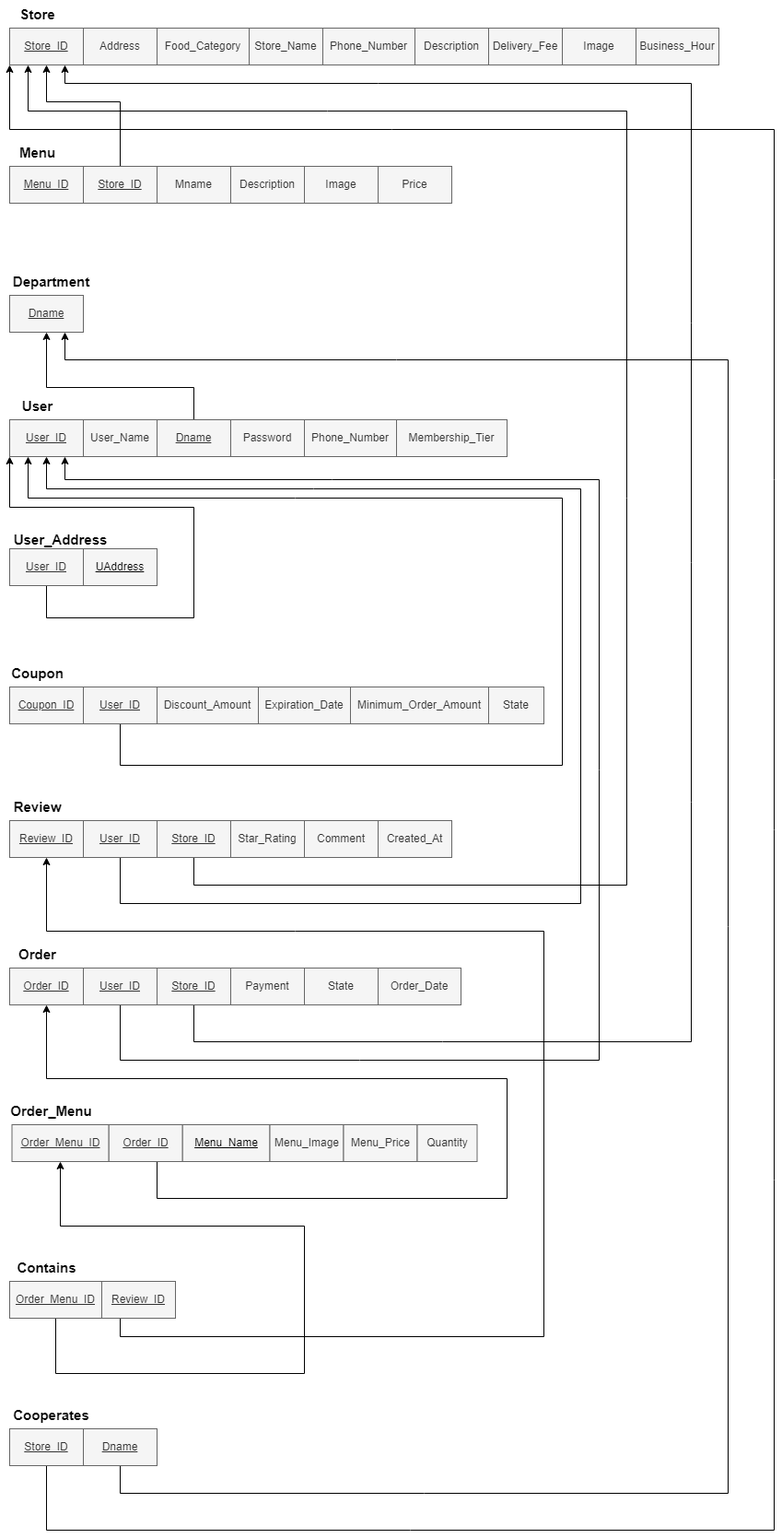
Before: docs/diagrams/relational-model/relational-model.png, a diagram exported from draw.io (scv1702/delivery-king-hobanwoo). Source tidied: cells renumbered, new cells last; positions are measured from the earlier drawing's top-left corner, leaving out a move shared by most shapes.
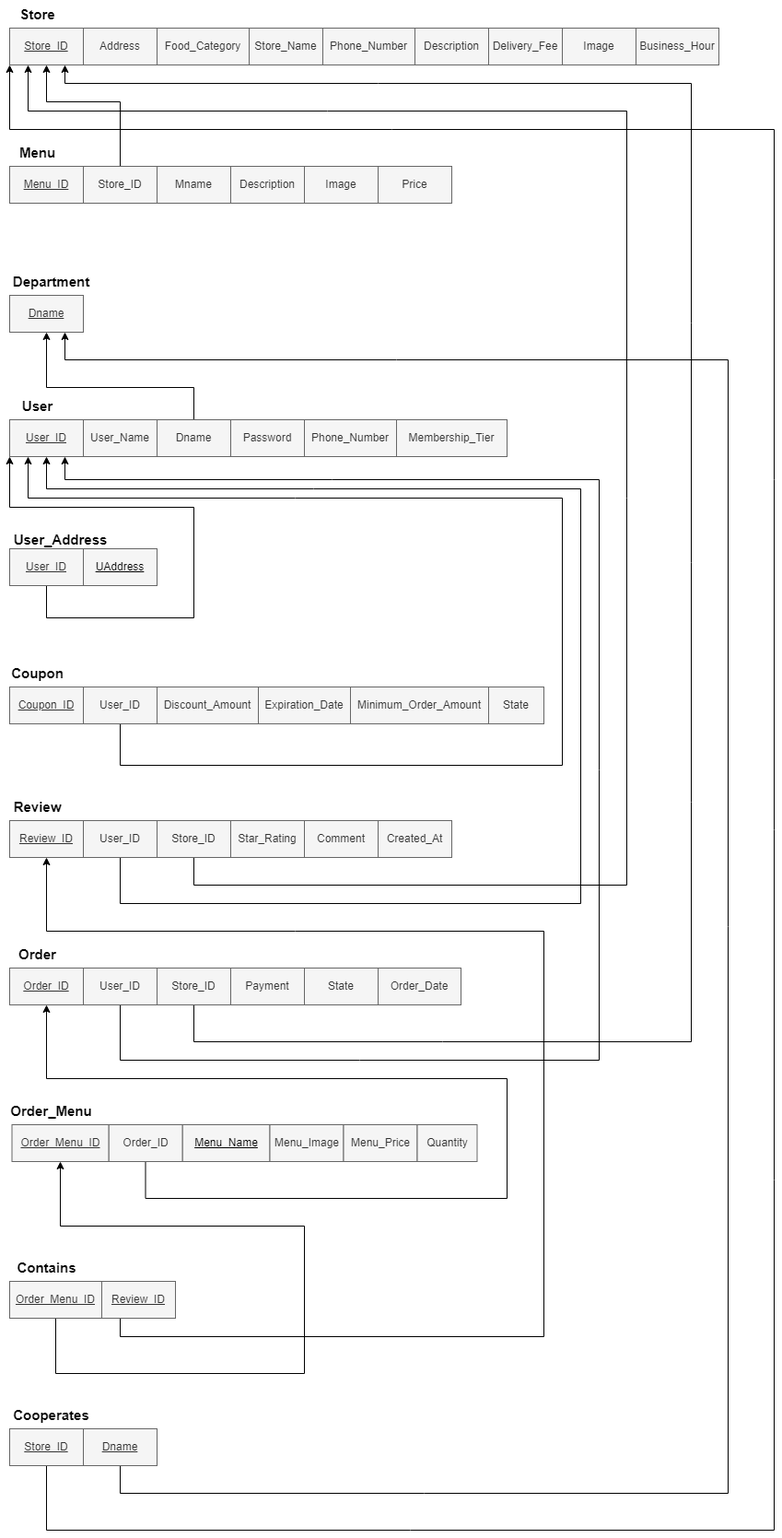
Later version of the same file.

Diff of the diagram source:
```diff
@@ -131,15 +131,14 @@
     <mxCell id="44" style="edgeStyle=orthogonalEdgeStyle;rounded=0;jettySize=auto;html=1;fontSize=15;fontColor=#000000;entryX=0.5;entryY=1;entryDx=0;entryDy=0;exitX=0.5;exitY=1;exitDx=0;exitDy=0;" parent="1" edge="1" source="45" target="35">
       <mxGeometry relative="1" as="geometry">
         <Array as="points">
-          <mxPoint x="170" y="1260" />
-          <mxPoint x="170" y="1300" />
+          <mxPoint x="158" y="1300" />
           <mxPoint x="550" y="1300" />
           <mxPoint x="550" y="1170" />
           <mxPoint x="50" y="1170" />
         </Array>
       </mxGeometry>
     </mxCell>
-    <mxCell id="45" value="&lt;u&gt;Order_ID&lt;/u&gt;" style="rounded=0;whiteSpace=wrap;html=1;fillColor=#f5f5f5;fontColor=#333333;strokeColor=#666666;" parent="1" vertex="1">
+    <mxCell id="45" value="Order_ID" style="rounded=0;whiteSpace=wrap;html=1;fillColor=#f5f5f5;fontColor=#333333;strokeColor=#666666;" parent="1" vertex="1">
       <mxGeometry x="117.5" y="1220" width="80" height="40" as="geometry" />
     </mxCell>
     <mxCell id="46" style="edgeStyle=orthogonalEdgeStyle;rounded=0;jettySize=auto;html=1;fontSize=15;fontColor=#000000;entryX=0.25;entryY=1;entryDx=0;entryDy=0;" parent="1" edge="1" source="47" target="11">
@@ -152,7 +151,7 @@
         </Array>
       </mxGeometry>
     </mxCell>
-    <mxCell id="47" value="&lt;u&gt;User_ID&lt;/u&gt;" style="rounded=0;whiteSpace=wrap;html=1;fillColor=#f5f5f5;fontColor=#333333;strokeColor=#666666;" parent="1" vertex="1">
+    <mxCell id="47" value="User_ID" style="rounded=0;whiteSpace=wrap;html=1;fillColor=#f5f5f5;fontColor=#333333;strokeColor=#666666;" parent="1" vertex="1">
       <mxGeometry x="90" y="745" width="80" height="40" as="geometry" />
     </mxCell>
     <mxCell id="48" value="User_Address" style="text;html=1;align=center;verticalAlign=middle;strokeColor=none;fillColor=none;fontStyle=1;fontSize=15;" parent="1" vertex="1">
@@ -181,7 +180,7 @@
         </Array>
       </mxGeometry>
     </mxCell>
-    <mxCell id="52" value="&lt;u&gt;User_ID&lt;/u&gt;" style="rounded=0;whiteSpace=wrap;html=1;fillColor=#f5f5f5;fontColor=#333333;strokeColor=#666666;" parent="1" vertex="1">
+    <mxCell id="52" value="User_ID" style="rounded=0;whiteSpace=wrap;html=1;fillColor=#f5f5f5;fontColor=#333333;strokeColor=#666666;" parent="1" vertex="1">
       <mxGeometry x="90" y="890" width="80" height="40" as="geometry" />
     </mxCell>
     <mxCell id="53" style="edgeStyle=orthogonalEdgeStyle;rounded=0;jettySize=auto;html=1;fontSize=15;fontColor=#000000;entryX=0.75;entryY=1;entryDx=0;entryDy=0;" parent="1" edge="1" source="54" target="11">
@@ -194,7 +193,7 @@
         </Array>
       </mxGeometry>
     </mxCell>
-    <mxCell id="54" value="&lt;u&gt;User_ID&lt;/u&gt;" style="rounded=0;whiteSpace=wrap;html=1;fillColor=#f5f5f5;fontColor=#333333;strokeColor=#666666;" parent="1" vertex="1">
+    <mxCell id="54" value="User_ID" style="rounded=0;whiteSpace=wrap;html=1;fillColor=#f5f5f5;fontColor=#333333;strokeColor=#666666;" parent="1" vertex="1">
       <mxGeometry x="90" y="1050" width="80" height="40" as="geometry" />
     </mxCell>
     <mxCell id="55" value="Order_Date" style="rounded=0;whiteSpace=wrap;html=1;fillColor=#f5f5f5;fontColor=#333333;strokeColor=#666666;" parent="1" vertex="1">
@@ -210,7 +209,7 @@
         </Array>
       </mxGeometry>
     </mxCell>
-    <mxCell id="57" value="&lt;u&gt;Store_ID&lt;/u&gt;" style="rounded=0;whiteSpace=wrap;html=1;fillColor=#f5f5f5;fontColor=#333333;strokeColor=#666666;" parent="1" vertex="1">
+    <mxCell id="57" value="Store_ID" style="rounded=0;whiteSpace=wrap;html=1;fillColor=#f5f5f5;fontColor=#333333;strokeColor=#666666;" parent="1" vertex="1">
       <mxGeometry x="170" y="1050" width="80" height="40" as="geometry" />
     </mxCell>
     <mxCell id="58" style="edgeStyle=orthogonalEdgeStyle;rounded=0;jettySize=auto;html=1;entryX=0.5;entryY=1;entryDx=0;entryDy=0;fontSize=15;fontColor=#000000;" parent="1" edge="1" source="59" target="26">
@@ -221,7 +220,7 @@
         </Array>
       </mxGeometry>
     </mxCell>
-    <mxCell id="59" value="&lt;u&gt;Store_ID&lt;/u&gt;" style="rounded=0;whiteSpace=wrap;html=1;fillColor=#f5f5f5;fontColor=#333333;strokeColor=#666666;" parent="1" vertex="1">
+    <mxCell id="59" value="Store_ID" style="rounded=0;whiteSpace=wrap;html=1;fillColor=#f5f5f5;fontColor=#333333;strokeColor=#666666;" parent="1" vertex="1">
       <mxGeometry x="90" y="180" width="80" height="40" as="geometry" />
     </mxCell>
     <mxCell id="60" style="edgeStyle=orthogonalEdgeStyle;rounded=0;jettySize=auto;html=1;entryX=0.5;entryY=1;entryDx=0;entryDy=0;fontSize=15;fontColor=#000000;exitX=0.5;exitY=0;exitDx=0;exitDy=0;" parent="1" edge="1" source="61" target="20">
@@ -232,7 +231,7 @@
         </Array>
       </mxGeometry>
     </mxCell>
-    <mxCell id="61" value="&lt;u&gt;Dname&lt;/u&gt;" style="rounded=0;whiteSpace=wrap;html=1;fillColor=#f5f5f5;fontColor=#333333;strokeColor=#666666;" parent="1" vertex="1">
+    <mxCell id="61" value="Dname" style="rounded=0;whiteSpace=wrap;html=1;fillColor=#f5f5f5;fontColor=#333333;strokeColor=#666666;" parent="1" vertex="1">
       <mxGeometry x="170" y="455" width="80" height="40" as="geometry" />
     </mxCell>
     <mxCell id="62" style="edgeStyle=orthogonalEdgeStyle;rounded=0;jettySize=auto;html=1;fontSize=15;fontColor=#000000;entryX=0.25;entryY=1;entryDx=0;entryDy=0;" parent="1" edge="1" source="63" target="26">
@@ -245,7 +244,7 @@
         </Array>
       </mxGeometry>
     </mxCell>
-    <mxCell id="63" value="&lt;u&gt;Store_ID&lt;/u&gt;" style="rounded=0;whiteSpace=wrap;html=1;fillColor=#f5f5f5;fontColor=#333333;strokeColor=#666666;" parent="1" vertex="1">
+    <mxCell id="63" value="Store_ID" style="rounded=0;whiteSpace=wrap;html=1;fillColor=#f5f5f5;fontColor=#333333;strokeColor=#666666;" parent="1" vertex="1">
       <mxGeometry x="170" y="890" width="80" height="40" as="geometry" />
     </mxCell>
     <mxCell id="64" value="Contains" style="text;html=1;align=center;verticalAlign=middle;strokeColor=none;fillColor=none;fontStyle=1;fontSize=15;" parent="1" vertex="1">
```
